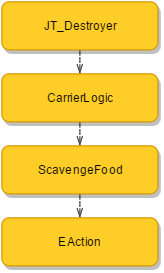
Above: img/hierachy.png in hardboilr/AIAntKiller (draw.io), before the change. Source tidied: cells renumbered, new cells last; positions are measured from the earlier drawing's top-left corner, leaving out a move shared by most shapes.
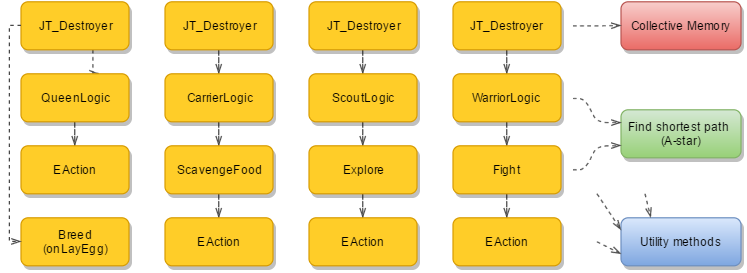
The same file after the commit.

What changed in the source:
```diff
@@ -6,22 +6,148 @@
       <mxGeometry relative="1" as="geometry" />
     </mxCell>
     <mxCell id="3" value="JT_Destroyer" style="whiteSpace=wrap;html=1;fontSize=10;plain-orange;rounded=1;glass=0;comic=0;shadow=1;gradientColor=none;" parent="1" vertex="1">
-      <mxGeometry width="130" height="40" as="geometry" />
+      <mxGeometry width="90" height="40" as="geometry" />
     </mxCell>
     <mxCell id="4" style="edgeStyle=orthogonalEdgeStyle;rounded=0;html=1;jettySize=auto;fontSize=10;strokeColor=#474747;shadow=0;dashed=1;endArrow=openThin;endFill=0;" parent="1" edge="1" source="5" target="7">
       <mxGeometry relative="1" as="geometry" />
     </mxCell>
     <mxCell id="5" value="CarrierLogic" style="whiteSpace=wrap;html=1;fontSize=10;plain-orange;rounded=1;glass=0;comic=0;shadow=1;gradientColor=none;" parent="1" vertex="1">
-      <mxGeometry y="60" width="130" height="40" as="geometry" />
+      <mxGeometry y="60" width="90" height="40" as="geometry" />
     </mxCell>
     <mxCell id="6" style="edgeStyle=orthogonalEdgeStyle;rounded=0;html=1;jettySize=auto;fontSize=10;strokeColor=#474747;shadow=0;dashed=1;endArrow=openThin;endFill=0;" parent="1" edge="1" source="7" target="8">
       <mxGeometry relative="1" as="geometry" />
     </mxCell>
     <mxCell id="7" value="ScavengeFood" style="whiteSpace=wrap;html=1;fontSize=10;plain-orange;rounded=1;glass=0;comic=0;shadow=1;gradientColor=none;" parent="1" vertex="1">
-      <mxGeometry y="120" width="130" height="40" as="geometry" />
+      <mxGeometry y="120" width="90" height="40" as="geometry" />
     </mxCell>
     <mxCell id="8" value="EAction" style="whiteSpace=wrap;html=1;fontSize=10;plain-orange;rounded=1;glass=0;comic=0;shadow=1;gradientColor=none;" parent="1" vertex="1">
-      <mxGeometry y="180" width="130" height="40" as="geometry" />
+      <mxGeometry y="180" width="90" height="40" as="geometry" />
     </mxCell>
+    <mxCell id="9" style="edgeStyle=orthogonalEdgeStyle;rounded=0;html=1;jettySize=auto;fontSize=10;strokeColor=#474747;shadow=0;dashed=1;endArrow=openThin;endFill=0;" parent="1" edge="1" source="10" target="12">
+      <mxGeometry relative="1" as="geometry">
+        <Array as="points">
+          <mxPoint x="-60" y="60" />
+          <mxPoint x="-55" y="60" />
+        </Array>
+      </mxGeometry>
+    </mxCell>
+    <mxCell id="10" value="JT_Destroyer" style="whiteSpace=wrap;html=1;fontSize=10;plain-orange;rounded=1;glass=0;comic=0;shadow=1;gradientColor=none;" parent="1" vertex="1">
+      <mxGeometry x="-120" width="90" height="40" as="geometry" />
+    </mxCell>
+    <mxCell id="11" style="edgeStyle=orthogonalEdgeStyle;rounded=0;html=1;jettySize=auto;fontSize=10;strokeColor=#474747;shadow=0;dashed=1;endArrow=openThin;endFill=0;" parent="1" edge="1" source="12" target="13">
+      <mxGeometry relative="1" as="geometry" />
+    </mxCell>
+    <mxCell id="12" value="QueenLogic" style="whiteSpace=wrap;html=1;fontSize=10;plain-orange;rounded=1;glass=0;comic=0;shadow=1;gradientColor=none;" parent="1" vertex="1">
+      <mxGeometry x="-120" y="60" width="90" height="40" as="geometry" />
+    </mxCell>
+    <mxCell id="13" value="EAction" style="whiteSpace=wrap;html=1;fontSize=10;plain-orange;rounded=1;glass=0;comic=0;shadow=1;gradientColor=none;" parent="1" vertex="1">
+      <mxGeometry x="-120" y="120" width="90" height="40" as="geometry" />
+    </mxCell>
+    <mxCell id="14" value="Find shortest path&amp;nbsp;&lt;div&gt;(A-star)&lt;/div&gt;" style="whiteSpace=wrap;html=1;fontSize=10;rounded=1;glass=0;comic=0;shadow=1;plain-green;" parent="1" vertex="1">
+      <mxGeometry x="380" y="90" width="100" height="40" as="geometry" />
+    </mxCell>
+    <mxCell id="15" value="Utility methods" style="whiteSpace=wrap;html=1;fontSize=10;rounded=1;glass=0;comic=0;shadow=1;plain-blue;" parent="1" vertex="1">
+      <mxGeometry x="380" y="180" width="100" height="40" as="geometry" />
+    </mxCell>
+    <mxCell id="16" style="edgeStyle=orthogonalEdgeStyle;rounded=0;html=1;jettySize=auto;fontSize=10;strokeColor=#474747;shadow=0;dashed=1;endArrow=openThin;endFill=0;" parent="1" edge="1" source="17" target="19">
+      <mxGeometry relative="1" as="geometry" />
+    </mxCell>
+    <mxCell id="17" value="JT_Destroyer" style="whiteSpace=wrap;html=1;fontSize=10;plain-orange;rounded=1;glass=0;comic=0;shadow=1;gradientColor=none;" parent="1" vertex="1">
+      <mxGeometry x="120" width="90" height="40" as="geometry" />
+    </mxCell>
+    <mxCell id="18" style="edgeStyle=orthogonalEdgeStyle;rounded=0;html=1;jettySize=auto;fontSize=10;strokeColor=#474747;shadow=0;dashed=1;endArrow=openThin;endFill=0;" parent="1" edge="1" source="19" target="21">
+      <mxGeometry relative="1" as="geometry" />
+    </mxCell>
+    <mxCell id="19" value="ScoutLogic" style="whiteSpace=wrap;html=1;fontSize=10;plain-orange;rounded=1;glass=0;comic=0;shadow=1;gradientColor=none;" parent="1" vertex="1">
+      <mxGeometry x="120" y="60" width="90" height="40" as="geometry" />
+    </mxCell>
+    <mxCell id="20" style="edgeStyle=orthogonalEdgeStyle;rounded=0;html=1;jettySize=auto;fontSize=10;strokeColor=#474747;shadow=0;dashed=1;endArrow=openThin;endFill=0;" parent="1" edge="1" source="21" target="22">
+      <mxGeometry relative="1" as="geometry" />
+    </mxCell>
+    <mxCell id="21" value="Explore" style="whiteSpace=wrap;html=1;fontSize=10;plain-orange;rounded=1;glass=0;comic=0;shadow=1;gradientColor=none;" parent="1" vertex="1">
+      <mxGeometry x="120" y="120" width="90" height="40" as="geometry" />
+    </mxCell>
+    <mxCell id="22" value="EAction" style="whiteSpace=wrap;html=1;fontSize=10;plain-orange;rounded=1;glass=0;comic=0;shadow=1;gradientColor=none;" parent="1" vertex="1">
+      <mxGeometry x="120" y="180" width="90" height="40" as="geometry" />
+    </mxCell>
+    <mxCell id="23" value="Breed&lt;div&gt;(onLayEgg)&lt;/div&gt;" style="whiteSpace=wrap;html=1;fontSize=10;plain-orange;rounded=1;glass=0;comic=0;shadow=1;gradientColor=none;" parent="1" vertex="1">
+      <mxGeometry x="-120" y="180" width="90" height="40" as="geometry" />
+    </mxCell>
+    <mxCell id="24" style="edgeStyle=orthogonalEdgeStyle;rounded=0;html=1;jettySize=auto;fontSize=10;strokeColor=#474747;shadow=0;dashed=1;endArrow=openThin;endFill=0;" parent="1" edge="1" source="10" target="23">
+      <mxGeometry relative="1" as="geometry">
+        <Array as="points">
+          <mxPoint x="-130" y="20" />
+          <mxPoint x="-130" y="200" />
+        </Array>
+      </mxGeometry>
+    </mxCell>
+    <mxCell id="25" style="edgeStyle=orthogonalEdgeStyle;rounded=0;html=1;jettySize=auto;fontSize=10;strokeColor=#474747;shadow=0;dashed=1;endArrow=openThin;endFill=0;" parent="1" edge="1" source="26" target="28">
+      <mxGeometry relative="1" as="geometry" />
+    </mxCell>
+    <mxCell id="26" value="JT_Destroyer" style="whiteSpace=wrap;html=1;fontSize=10;plain-orange;rounded=1;glass=0;comic=0;shadow=1;gradientColor=none;" parent="1" vertex="1">
+      <mxGeometry x="240" width="90" height="40" as="geometry" />
+    </mxCell>
+    <mxCell id="27" style="edgeStyle=orthogonalEdgeStyle;rounded=0;html=1;jettySize=auto;fontSize=10;strokeColor=#474747;shadow=0;dashed=1;endArrow=openThin;endFill=0;" parent="1" edge="1" source="28" target="30">
+      <mxGeometry relative="1" as="geometry" />
+    </mxCell>
+    <mxCell id="28" value="WarriorLogic" style="whiteSpace=wrap;html=1;fontSize=10;plain-orange;rounded=1;glass=0;comic=0;shadow=1;gradientColor=none;" parent="1" vertex="1">
+      <mxGeometry x="240" y="60" width="90" height="40" as="geometry" />
+    </mxCell>
+    <mxCell id="29" style="edgeStyle=orthogonalEdgeStyle;rounded=0;html=1;jettySize=auto;fontSize=10;strokeColor=#474747;shadow=0;dashed=1;endArrow=openThin;endFill=0;" parent="1" edge="1" source="30" target="31">
+      <mxGeometry relative="1" as="geometry" />
+    </mxCell>
+    <mxCell id="30" value="Fight" style="whiteSpace=wrap;html=1;fontSize=10;plain-orange;rounded=1;glass=0;comic=0;shadow=1;gradientColor=none;" parent="1" vertex="1">
+      <mxGeometry x="240" y="120" width="90" height="40" as="geometry" />
+    </mxCell>
+    <mxCell id="31" value="EAction" style="whiteSpace=wrap;html=1;fontSize=10;plain-orange;rounded=1;glass=0;comic=0;shadow=1;gradientColor=none;" parent="1" vertex="1">
+      <mxGeometry x="240" y="180" width="90" height="40" as="geometry" />
+    </mxCell>
+    <mxCell id="32" value="Collective Memory" style="whiteSpace=wrap;html=1;fontSize=10;rounded=1;glass=0;comic=0;shadow=1;plain-red;" parent="1" vertex="1">
+      <mxGeometry x="380" width="100" height="40" as="geometry" />
+    </mxCell>
+    <mxCell id="33" style="endArrow=openThin;html=1;shadow=0;dashed=1;strokeColor=#474747;fontSize=10;endFill=0;entryX=0;entryY=0.5;" parent="1" edge="1" target="32">
+      <mxGeometry relative="1" as="geometry">
+        <mxPoint x="340" y="20" as="sourcePoint" />
+        <Array as="points">
+          <mxPoint x="370" y="20" />
+        </Array>
+      </mxGeometry>
+    </mxCell>
+    <mxCell id="34" style="endArrow=openThin;html=1;shadow=0;dashed=1;strokeColor=#474747;fontSize=10;endFill=0;entryX=0;entryY=0.75;" parent="1" edge="1" target="14">
+      <mxGeometry x="580" y="309" as="geometry">
+        <mxPoint x="340" y="140" as="sourcePoint" />
+        <Array as="points">
+          <mxPoint x="350" y="140" />
+          <mxPoint x="360" y="120" />
+          <mxPoint x="380" y="120" />
+        </Array>
+      </mxGeometry>
+    </mxCell>
+    <mxCell id="35" style="endArrow=openThin;html=1;shadow=0;dashed=1;strokeColor=#474747;fontSize=10;endFill=0;entryX=0.25;entryY=0;" parent="1" edge="1" target="15">
+      <mxGeometry x="580" y="339" as="geometry">
+        <mxPoint x="400" y="160" as="sourcePoint" />
+      </mxGeometry>
+    </mxCell>
+    <mxCell id="36" style="endArrow=openThin;html=1;shadow=0;dashed=1;strokeColor=#474747;fontSize=10;endFill=0;entryX=0;entryY=0.25;" parent="1" edge="1" target="15">
+      <mxGeometry x="580" y="359" as="geometry">
+        <mxPoint x="360" y="160" as="sourcePoint" />
+      </mxGeometry>
+    </mxCell>
+    <mxCell id="37" style="endArrow=openThin;html=1;shadow=0;dashed=1;strokeColor=#474747;fontSize=10;endFill=0;entryX=0;entryY=0.75;" parent="1" edge="1" target="15">
+      <mxGeometry x="570" y="378" as="geometry">
+        <mxPoint x="360" y="200" as="sourcePoint" />
+      </mxGeometry>
+    </mxCell>
+    <mxCell id="38" style="endArrow=openThin;html=1;shadow=0;dashed=1;strokeColor=#474747;fontSize=10;endFill=0;entryX=0;entryY=0.75;flipH=0;flipV=1;" parent="1" edge="1">
+      <mxGeometry x="580" y="269" as="geometry">
+        <mxPoint x="340" y="100" as="sourcePoint" />
+        <mxPoint x="380" y="80" as="targetPoint" />
+        <Array as="points">
+          <mxPoint x="350" y="100" />
+          <mxPoint x="360" y="80" />
+          <mxPoint x="380" y="80" />
+        </Array>
+      </mxGeometry>
+    </mxCell>
   </root>
 </mxGraphModel>
```
